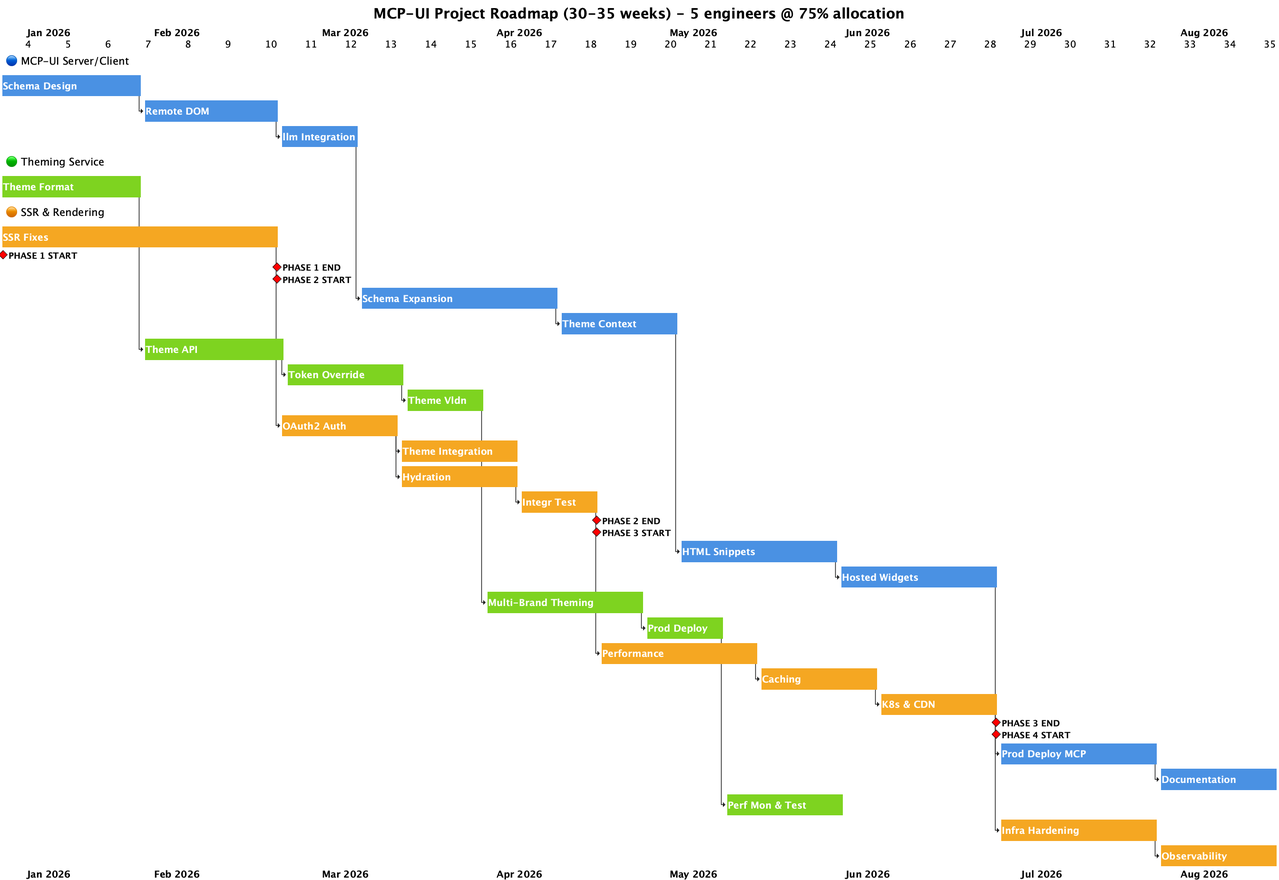
commercetools/nimbus keeps this PlantUML diagram as plans/full-mcp-ui-workflow/assets/timeline-roadmap.png. Above is the earlier version. Source of this version:
```plantuml
@startgantt
skinparam defaultFontSize 20
skinparam titleFontSize 30
skinparam maxMessageSize 400

<style>
ganttDiagram {
  timeline {
    LineColor transparent
    BackgroundColor white
  }
  task {
    BackGroundColor #4A90E2
    LineColor #2E5C8A
    FontColor white
    FontSize 20
    FontStyle bold
    MaximumWidth 400
    Padding 10
    Margin 5
  }
  milestone {
    BackGroundColor red
    FontColor black
    FontSize 18
    FontStyle bold
    FontBackgroundColor #FFFFFF40
  }
  separator {
    LineColor transparent
    FontColor black
    FontSize 22
    Margin 8
    Padding 5
  }
}
</style>

title MCP-UI Project Roadmap (30-35 weeks) - 5 engineers @ 75% allocation
printscale weekly zoom 1.5
project starts 2026-01-15



-- 🔵 MCP-UI Server/Client --
[Schema Design] lasts 25 days and starts at 2026-01-15
[Schema Design] is colored in #4A90E2
[Remote DOM] lasts 24 days and starts at [Schema Design]'s end
[Remote DOM] is colored in #4A90E2
[llm Integration] lasts 14 days and starts at [Remote DOM]'s end
[llm Integration] is colored in #4A90E2

-- 🟢 Theming Service --
[Theme Format] lasts 25 days and starts at 2026-01-15
[Theme Format] is colored in #7ED321

-- 🟠 SSR & Rendering --
[SSR Fixes] lasts 49 days and starts at 2026-01-15
[SSR Fixes] is colored in #F5A623

[PHASE 1 START] happens at 2026-01-15

[PHASE 1 END] happens at [SSR Fixes]'s end
[PHASE 2 START] happens at [SSR Fixes]'s end

[Schema Expansion] lasts 35 days and starts at [llm Integration]'s end
[Schema Expansion] is colored in #4A90E2
[Theme Context] lasts 21 days and starts at [Schema Expansion]'s end
[Theme Context] is colored in #4A90E2

[Theme API] lasts 25 days and starts at [Theme Format]'s end
[Theme API] is colored in #7ED321
[Token Override] lasts 21 days and starts at [Theme API]'s end
[Token Override] is colored in #7ED321
[Theme Vldn] lasts 14 days and starts at [Token Override]'s end
[Theme Vldn] is colored in #7ED321

[OAuth2 Auth] lasts 21 days and starts at [SSR Fixes]'s end
[OAuth2 Auth] is colored in #F5A623
[Theme Integration] lasts 21 days and starts at [OAuth2 Auth]'s end
[Theme Integration] is colored in #F5A623
[Hydration] lasts 21 days and starts at [OAuth2 Auth]'s end
[Hydration] is colored in #F5A623
[Integr Test] lasts 14 days and starts at [Hydration]'s end
[Integr Test] is colored in #F5A623

[PHASE 2 END] happens at [Integr Test]'s end
[PHASE 3 START] happens at [Integr Test]'s end

[HTML Snippets] lasts 28 days and starts at [Theme Context]'s end
[HTML Snippets] is colored in #4A90E2
[Hosted Widgets] lasts 28 days and starts at [HTML Snippets]'s end
[Hosted Widgets] is colored in #4A90E2

[Multi-Brand Theming] lasts 28 days and starts at [Theme Vldn]'s end
[Multi-Brand Theming] is colored in #7ED321
[Prod Deploy] lasts 14 days and starts at [Multi-Brand Theming]'s end
[Prod Deploy] is colored in #7ED321

[Performance] lasts 28 days and starts at [Integr Test]'s end
[Performance] is colored in #F5A623
[Caching] lasts 21 days and starts at [Performance]'s end
[Caching] is colored in #F5A623
[K8s & CDN] lasts 21 days and starts at [Caching]'s end
[K8s & CDN] is colored in #F5A623

[PHASE 3 END] happens at [K8s & CDN]'s end
[PHASE 4 START] happens at [K8s & CDN]'s end

[Prod Deploy MCP] lasts 28 days and starts at [Hosted Widgets]'s end
[Prod Deploy MCP] is colored in #4A90E2
[Documentation] lasts 21 days and starts at [Prod Deploy MCP]'s end
[Documentation] is colored in #4A90E2

[Perf Mon & Test] lasts 21 days and starts at [Prod Deploy]'s end
[Perf Mon & Test] is colored in #7ED321

[Infra Hardening] lasts 28 days and starts at [K8s & CDN]'s end
[Infra Hardening] is colored in #F5A623
[Observability] lasts 21 days and starts at [Infra Hardening]'s end
[Observability] is colored in #F5A623

@endgantt
```
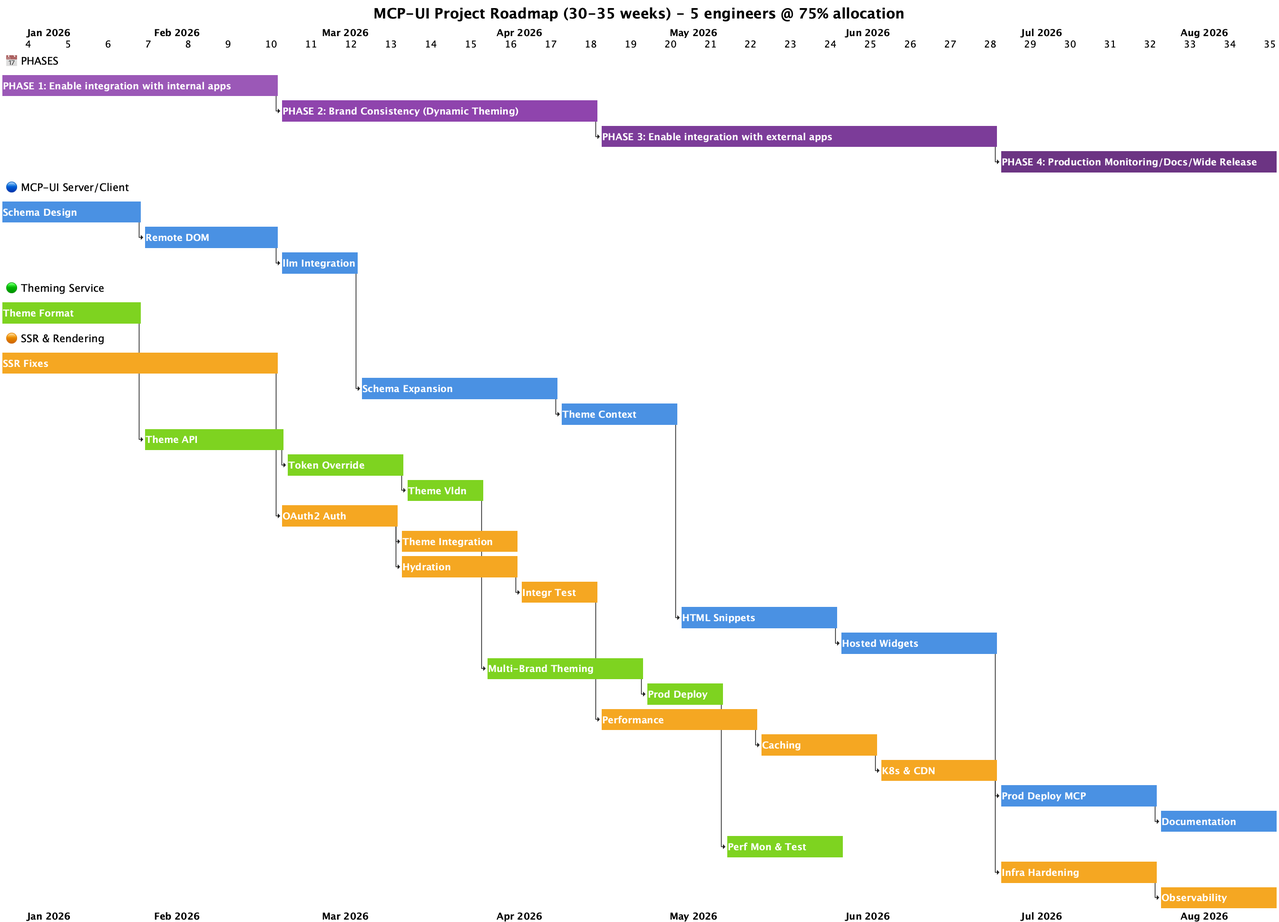
Later version of the same file.

The edit, as a diff of the source:
```diff
@@ -40,7 +40,15 @@
 printscale weekly zoom 1.5
 project starts 2026-01-15
 
-
+-- 📅 PHASES --
+[PHASE 1: Enable integration with internal apps] lasts 49 days and starts at 2026-01-15
+[PHASE 1: Enable integration with internal apps] is colored in #9B59B6
+[PHASE 2: Brand Consistency (Dynamic Theming)] lasts 56 days and starts at [PHASE 1: Enable integration with internal apps]'s end
+[PHASE 2: Brand Consistency (Dynamic Theming)] is colored in #8E44AD
+[PHASE 3: Enable integration with external apps] lasts 70 days and starts at [PHASE 2: Brand Consistency (Dynamic Theming)]'s end
+[PHASE 3: Enable integration with external apps] is colored in #7D3C98
+[PHASE 4: Production Monitoring/Docs/Wide Release] lasts 49 days and starts at [PHASE 3: Enable integration with external apps]'s end
+[PHASE 4: Production Monitoring/Docs/Wide Release] is colored in #6C3483
 
 -- 🔵 MCP-UI Server/Client --
 [Schema Design] lasts 25 days and starts at 2026-01-15
@@ -57,11 +65,6 @@
 -- 🟠 SSR & Rendering --
 [SSR Fixes] lasts 49 days and starts at 2026-01-15
 [SSR Fixes] is colored in #F5A623
-
-[PHASE 1 START] happens at 2026-01-15
-
-[PHASE 1 END] happens at [SSR Fixes]'s end
-[PHASE 2 START] happens at [SSR Fixes]'s end
 
 [Schema Expansion] lasts 35 days and starts at [llm Integration]'s end
 [Schema Expansion] is colored in #4A90E2
@@ -84,9 +87,6 @@
 [Integr Test] lasts 14 days and starts at [Hydration]'s end
 [Integr Test] is colored in #F5A623
 
-[PHASE 2 END] happens at [Integr Test]'s end
-[PHASE 3 START] happens at [Integr Test]'s end
-
 [HTML Snippets] lasts 28 days and starts at [Theme Context]'s end
 [HTML Snippets] is colored in #4A90E2
 [Hosted Widgets] lasts 28 days and starts at [HTML Snippets]'s end
@@ -104,9 +104,6 @@
 [K8s & CDN] lasts 21 days and starts at [Caching]'s end
 [K8s & CDN] is colored in #F5A623
 
-[PHASE 3 END] happens at [K8s & CDN]'s end
-[PHASE 4 START] happens at [K8s & CDN]'s end
-
 [Prod Deploy MCP] lasts 28 days and starts at [Hosted Widgets]'s end
 [Prod Deploy MCP] is colored in #4A90E2
 [Documentation] lasts 21 days and starts at [Prod Deploy MCP]'s end
```
